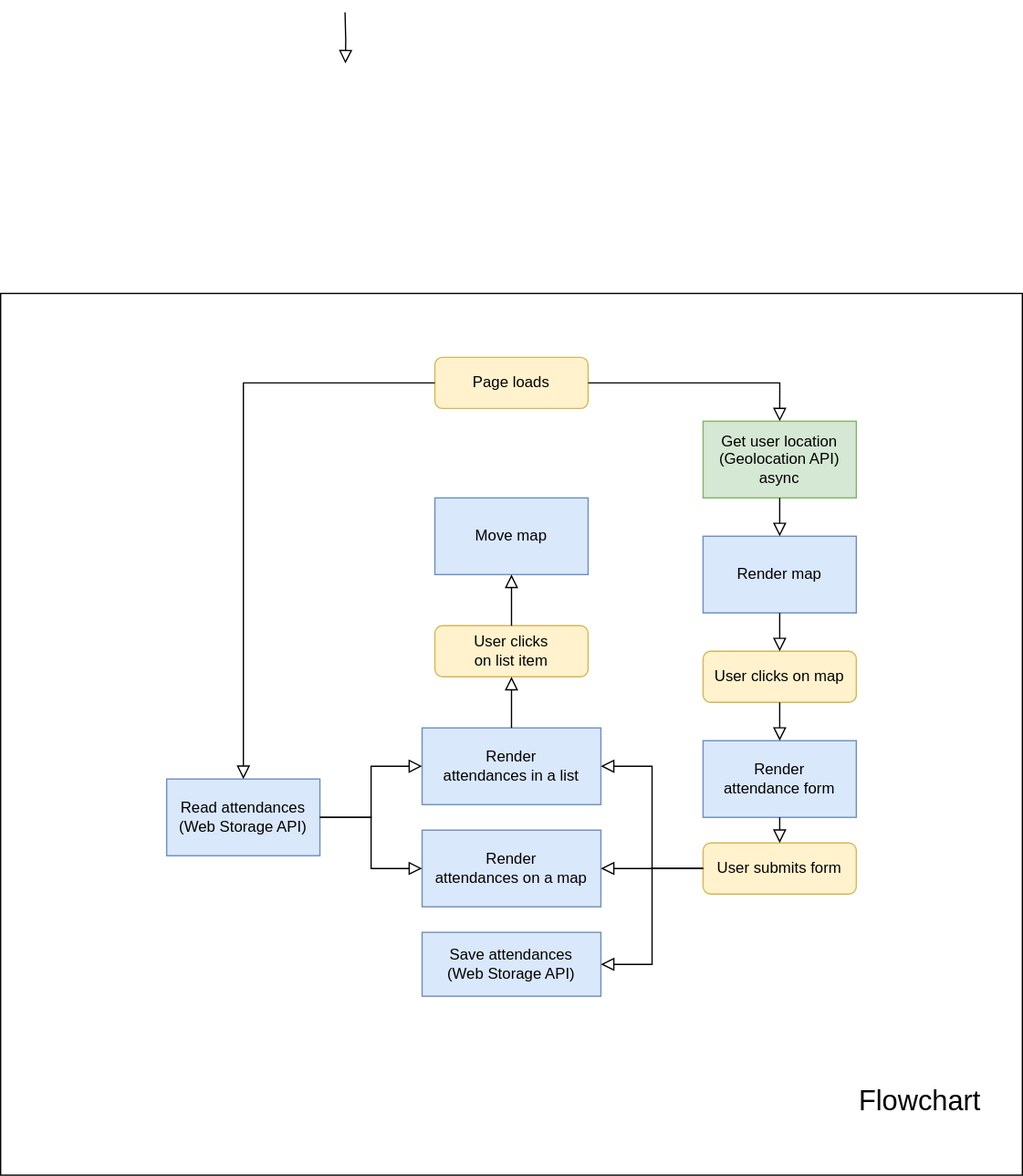
This is flowchart.drawio.svg from josenavarrohub/vanilla-js-eventify, a draw.io export, as it was before one commit. Source tidied: cells renumbered, new cells last; positions are measured from the earlier drawing's top-left corner, leaving out a move shared by most shapes.
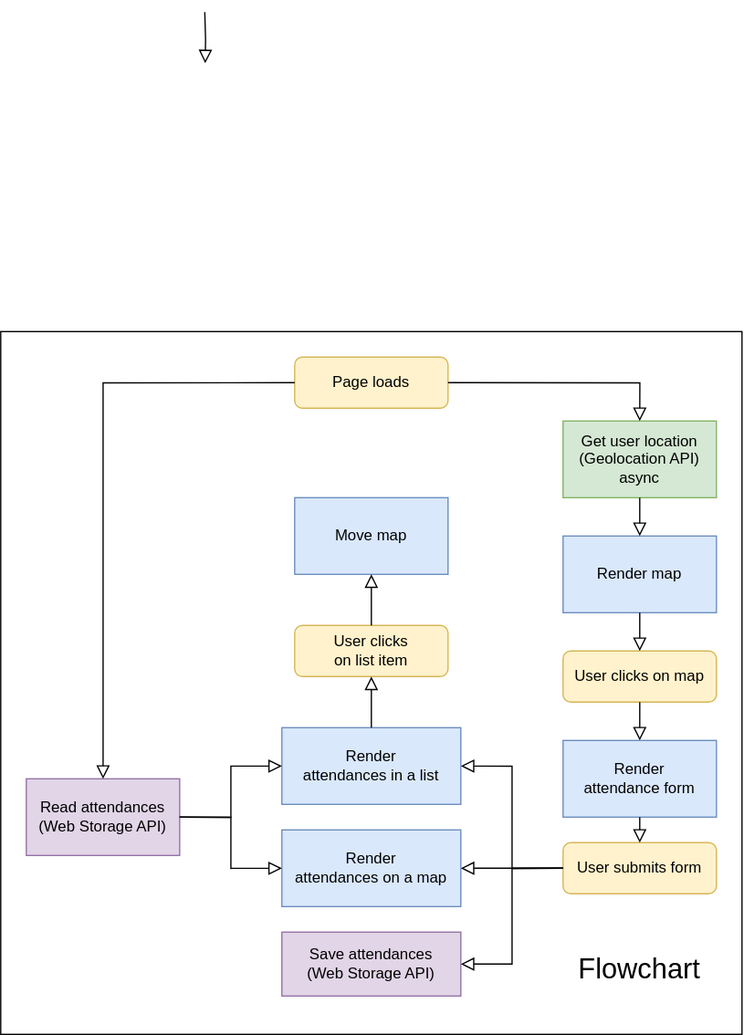
Above is the later version.

Change to the diagram source:
```diff
@@ -3,7 +3,7 @@
     <mxCell id="0" />
     <mxCell id="1" parent="0" />
     <mxCell id="2" style="rounded=0;whiteSpace=wrap;html=1;fontSize=16;strokeColor=default;" parent="1" vertex="1">
-      <mxGeometry y="220" width="800" height="690" as="geometry" />
+      <mxGeometry x="110" y="250" width="580" height="550" as="geometry" />
     </mxCell>
     <mxCell id="3" style="rounded=0;html=1;jettySize=auto;orthogonalLoop=1;fontSize=11;endArrow=block;endFill=0;endSize=8;strokeWidth=1;shadow=0;labelBackgroundColor=none;edgeStyle=orthogonalEdgeStyle;entryX=0.5;entryY=0;entryDx=0;entryDy=0;exitX=0.5;exitY=1;exitDx=0;exitDy=0;entryPerimeter=0;" parent="1" edge="1">
       <mxGeometry relative="1" as="geometry">
@@ -12,7 +12,7 @@
       </mxGeometry>
     </mxCell>
     <mxCell id="4" value="Flowchart" style="text;html=1;strokeColor=none;fillColor=none;align=center;verticalAlign=middle;whiteSpace=wrap;rounded=0;fontSize=22;" parent="1" vertex="1">
-      <mxGeometry x="640" y="800" width="160" height="106.5" as="geometry" />
+      <mxGeometry x="545" y="720" width="130" height="60" as="geometry" />
     </mxCell>
     <mxCell id="5" value="Page loads" style="rounded=1;whiteSpace=wrap;html=1;fontSize=12;glass=0;strokeWidth=1;shadow=0;fillColor=#fff2cc;strokeColor=#d6b656;" parent="1" vertex="1">
       <mxGeometry x="340" y="270" width="120" height="40" as="geometry" />
@@ -38,7 +38,7 @@
     <mxCell id="12" value="Render&lt;br&gt;attendances on a map" style="rounded=0;whiteSpace=wrap;html=1;fillColor=#dae8fc;strokeColor=#6c8ebf;" parent="1" vertex="1">
       <mxGeometry x="330" y="640" width="140" height="60" as="geometry" />
     </mxCell>
-    <mxCell id="13" value="Read attendances&lt;br&gt;(Web Storage API)" style="rounded=0;whiteSpace=wrap;html=1;fillColor=#dae8fc;strokeColor=#6c8ebf;" parent="1" vertex="1">
+    <mxCell id="13" value="Read attendances&lt;br&gt;(Web Storage API)" style="rounded=0;whiteSpace=wrap;html=1;fillColor=#e1d5e7;strokeColor=#9673a6;" parent="1" vertex="1">
       <mxGeometry x="130" y="600" width="120" height="60" as="geometry" />
     </mxCell>
     <mxCell id="14" style="rounded=0;html=1;jettySize=auto;fontSize=11;endArrow=block;endFill=0;endSize=8;strokeWidth=1;shadow=0;labelBackgroundColor=none;edgeStyle=orthogonalEdgeStyle;exitX=0;exitY=0.5;exitDx=0;exitDy=0;" parent="1" edge="1" source="5" target="13">
@@ -47,7 +47,7 @@
     <mxCell id="15" style="rounded=0;html=1;jettySize=auto;fontSize=11;endArrow=block;endFill=0;endSize=8;strokeWidth=1;shadow=0;labelBackgroundColor=none;edgeStyle=orthogonalEdgeStyle;entryX=0.5;entryY=0;entryDx=0;entryDy=0;exitX=1;exitY=0.5;exitDx=0;exitDy=0;" parent="1" edge="1" source="5" target="6">
       <mxGeometry relative="1" as="geometry" />
     </mxCell>
-    <mxCell id="16" value="Save attendances&lt;br&gt;(Web Storage API)" style="rounded=0;whiteSpace=wrap;html=1;fillColor=#dae8fc;strokeColor=#6c8ebf;" parent="1" vertex="1">
+    <mxCell id="16" value="Save attendances&lt;br&gt;(Web Storage API)" style="rounded=0;whiteSpace=wrap;html=1;fillColor=#e1d5e7;strokeColor=#9673a6;" parent="1" vertex="1">
       <mxGeometry x="330" y="720" width="140" height="50" as="geometry" />
     </mxCell>
     <mxCell id="17" style="rounded=0;html=1;jettySize=auto;fontSize=11;endArrow=block;endFill=0;endSize=8;strokeWidth=1;shadow=0;labelBackgroundColor=none;edgeStyle=orthogonalEdgeStyle;entryX=0.5;entryY=0;entryDx=0;entryDy=0;exitX=0.5;exitY=1;exitDx=0;exitDy=0;" parent="1" edge="1" source="6" target="7">
```
